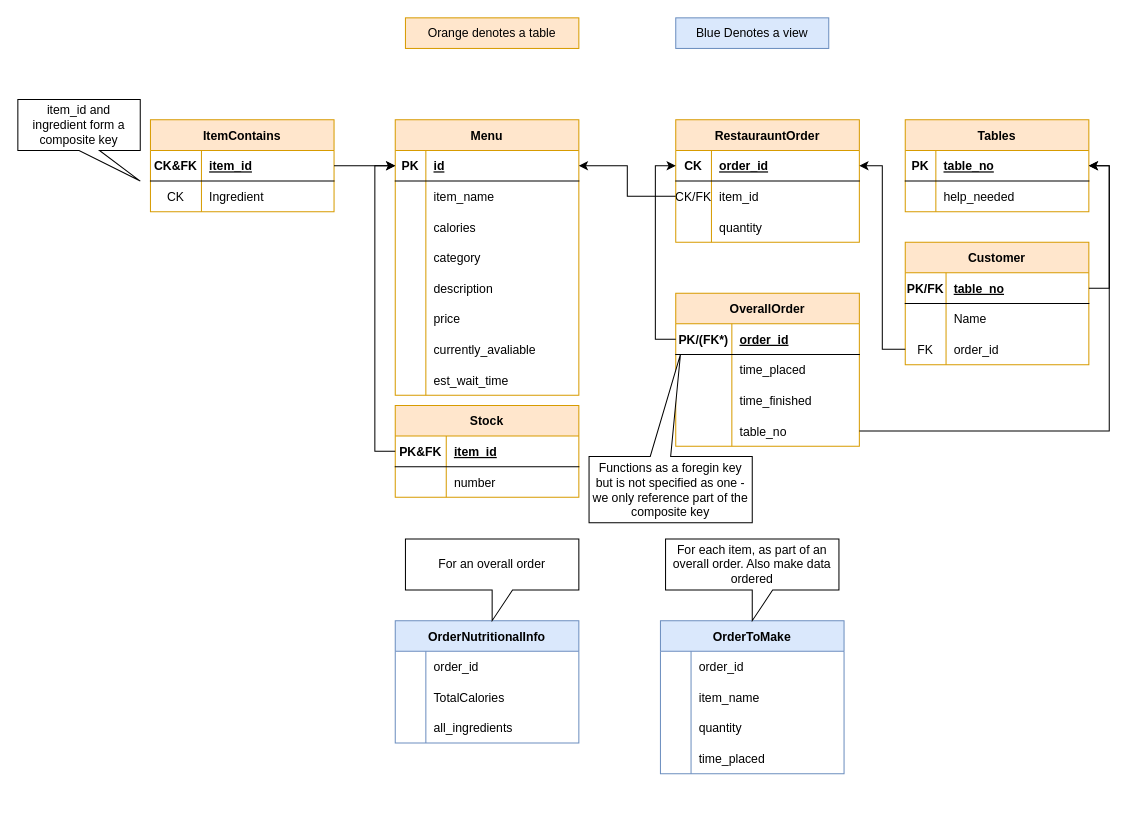
Earlier version of the draw.io diagram SQLDatabase/Diagrams/DrawIOSchema.drawio (mattyblackout/cs2815-project). Source tidied: cells renumbered, new cells numbered last; positions are measured from the earlier drawing's top-left corner, leaving out a move shared by most shapes. Both pictures are drawn from the tidied source at 102%, with x=0, y=0 at pixel (17, 17).
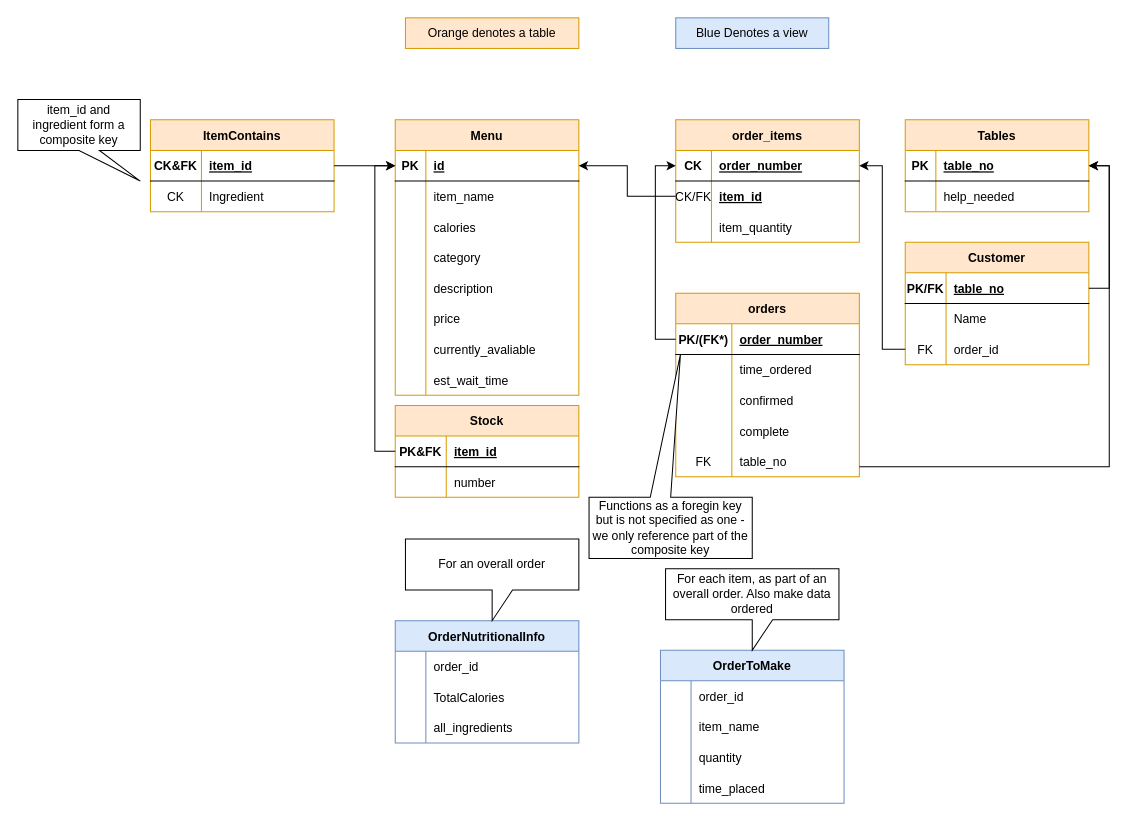
The same diagram, later.

Unchanged cells that the change refers to:
```xml
<mxCell id="35" style="shape=tableRow;horizontal=0;startSize=0;swimlaneHead=0;swimlaneBody=0;fillColor=none;points=[[0,0.5],[1,0.5]];portConstraint=eastwest;top=0;left=0;right=0;bottom=1;" parent="34" vertex="1">
  <mxGeometry y="30" width="180" height="30" as="geometry" />
</mxCell>
<mxCell id="38" style="shape=tableRow;horizontal=0;startSize=0;swimlaneHead=0;swimlaneBody=0;fillColor=none;points=[[0,0.5],[1,0.5]];portConstraint=eastwest;top=0;left=0;right=0;bottom=0;" parent="34" vertex="1">
  <mxGeometry y="60" width="180" height="30" as="geometry" />
</mxCell>
<mxCell id="41" style="shape=tableRow;horizontal=0;startSize=0;swimlaneHead=0;swimlaneBody=0;fillColor=none;top=0;left=0;right=0;bottom=0;" parent="34" vertex="1">
  <mxGeometry y="90" width="180" height="30" as="geometry" />
</mxCell>
<mxCell id="45" style="shape=tableRow;horizontal=0;startSize=0;swimlaneHead=0;swimlaneBody=0;fillColor=none;points=[[0,0.5],[1,0.5]];portConstraint=eastwest;top=0;left=0;right=0;bottom=1;" parent="44" vertex="1">
  <mxGeometry y="30" width="180" height="30" as="geometry" />
</mxCell>
<mxCell id="48" style="shape=tableRow;horizontal=0;startSize=0;swimlaneHead=0;swimlaneBody=0;fillColor=none;top=0;left=0;right=0;bottom=0;" parent="44" vertex="1">
  <mxGeometry y="60" width="180" height="30" as="geometry" />
</mxCell>
<mxCell id="51" style="shape=tableRow;horizontal=0;startSize=0;swimlaneHead=0;swimlaneBody=0;fillColor=none;top=0;left=0;right=0;bottom=0;" parent="44" vertex="1">
  <mxGeometry y="90" width="180" height="30" as="geometry" />
</mxCell>
<mxCell id="86" style="shape=tableRow;horizontal=0;startSize=0;swimlaneHead=0;swimlaneBody=0;fillColor=none;points=[[0,0.5],[1,0.5]];portConstraint=eastwest;top=0;left=0;right=0;bottom=1;" parent="85" vertex="1">
  <mxGeometry y="30" width="180" height="30" as="geometry" />
</mxCell>
```

What changed in the source:
```diff
@@
-    <mxCell id="34" value="RestaurauntOrder" style="shape=table;startSize=30;childLayout=tableLayout;rowLines=0;fontStyle=1;align=center;fillColor=#ffe6cc;strokeColor=#d79b00;" parent="1" vertex="1">
+    <mxCell id="34" value="order_items" style="shape=table;startSize=30;childLayout=tableLayout;rowLines=0;fontStyle=1;align=center;fillColor=#ffe6cc;strokeColor=#d79b00;" parent="1" vertex="1">
       <mxGeometry x="645" y="100" width="180" height="120" as="geometry" />
     </mxCell>
@@
-    <mxCell id="37" value="order_id" style="shape=partialRectangle;fillColor=none;top=0;left=0;bottom=0;right=0;align=left;spacingLeft=6;fontStyle=5;overflow=hidden;" parent="35" vertex="1">
+    <mxCell id="37" value="order_number" style="shape=partialRectangle;fillColor=none;top=0;left=0;bottom=0;right=0;align=left;spacingLeft=6;fontStyle=5;overflow=hidden;" parent="35" vertex="1">
       <mxGeometry x="35" width="145" height="30" as="geometry" />
     </mxCell>
@@
-    <mxCell id="40" value="item_id" style="shape=partialRectangle;fillColor=none;top=0;left=0;bottom=0;right=0;align=left;spacingLeft=6;overflow=hidden;" parent="38" vertex="1">
+    <mxCell id="40" value="item_id" style="shape=partialRectangle;fillColor=none;top=0;left=0;bottom=0;right=0;align=left;spacingLeft=6;overflow=hidden;fontStyle=5;" parent="38" vertex="1">
       <mxGeometry x="35" width="145" height="30" as="geometry" />
     </mxCell>
@@
-    <mxCell id="43" value="quantity" style="shape=partialRectangle;fillColor=none;top=0;left=0;bottom=0;right=0;align=left;spacingLeft=6;overflow=hidden;" parent="41" vertex="1">
+    <mxCell id="43" value="item_quantity" style="shape=partialRectangle;fillColor=none;top=0;left=0;bottom=0;right=0;align=left;spacingLeft=6;overflow=hidden;" parent="41" vertex="1">
       <mxGeometry x="35" width="145" height="30" as="geometry" />
     </mxCell>
-    <mxCell id="44" value="OverallOrder" style="shape=table;startSize=30;childLayout=tableLayout;rowLines=0;fontStyle=1;align=center;fillColor=#ffe6cc;strokeColor=#d79b00;" parent="1" vertex="1">
-      <mxGeometry x="645" y="270" width="180" height="150" as="geometry" />
+    <mxCell id="44" value="orders" style="shape=table;startSize=30;childLayout=tableLayout;rowLines=0;fontStyle=1;align=center;fillColor=#ffe6cc;strokeColor=#d79b00;" parent="1" vertex="1">
+      <mxGeometry x="645" y="270" width="180" height="180" as="geometry" />
     </mxCell>
@@
-    <mxCell id="47" value="order_id" style="shape=partialRectangle;fillColor=none;top=0;left=0;bottom=0;right=0;align=left;spacingLeft=6;fontStyle=5;overflow=hidden;" parent="45" vertex="1">
+    <mxCell id="47" value="order_number" style="shape=partialRectangle;fillColor=none;top=0;left=0;bottom=0;right=0;align=left;spacingLeft=6;fontStyle=5;overflow=hidden;" parent="45" vertex="1">
       <mxGeometry x="55" width="125" height="30" as="geometry" />
     </mxCell>
@@
-    <mxCell id="50" value="time_placed" style="shape=partialRectangle;fillColor=none;top=0;left=0;bottom=0;right=0;align=left;spacingLeft=6;fontStyle=0;overflow=hidden;" parent="48" vertex="1">
+    <mxCell id="50" value="time_ordered" style="shape=partialRectangle;fillColor=none;top=0;left=0;bottom=0;right=0;align=left;spacingLeft=6;fontStyle=0;overflow=hidden;" parent="48" vertex="1">
       <mxGeometry x="55" width="125" height="30" as="geometry" />
     </mxCell>
@@
-    <mxCell id="53" value="time_finished" style="shape=partialRectangle;fillColor=none;top=0;left=0;bottom=0;right=0;align=left;spacingLeft=6;overflow=hidden;" parent="51" vertex="1">
+    <mxCell id="53" value="confirmed" style="shape=partialRectangle;fillColor=none;top=0;left=0;bottom=0;right=0;align=left;spacingLeft=6;overflow=hidden;" parent="51" vertex="1">
       <mxGeometry x="55" width="125" height="30" as="geometry" />
     </mxCell>
+    <mxCell id="117" style="shape=tableRow;horizontal=0;startSize=0;swimlaneHead=0;swimlaneBody=0;fillColor=none;top=0;left=0;right=0;bottom=0;" parent="44" vertex="1">
+      <mxGeometry y="120" width="180" height="30" as="geometry" />
+    </mxCell>
+    <mxCell id="118" style="shape=partialRectangle;fillColor=none;top=0;left=0;bottom=0;right=0;overflow=hidden;" parent="117" vertex="1">
+      <mxGeometry width="55" height="30" as="geometry" />
+    </mxCell>
+    <mxCell id="119" value="complete" style="shape=partialRectangle;fillColor=none;top=0;left=0;bottom=0;right=0;align=left;spacingLeft=6;overflow=hidden;" parent="117" vertex="1">
+      <mxGeometry x="55" width="125" height="30" as="geometry" />
+    </mxCell>
     <mxCell id="54" style="shape=tableRow;horizontal=0;startSize=0;swimlaneHead=0;swimlaneBody=0;fillColor=none;points=[[0,0.5],[1,0.5]];portConstraint=eastwest;top=0;left=0;right=0;bottom=0;" parent="44" vertex="1">
-      <mxGeometry y="120" width="180" height="30" as="geometry" />
+      <mxGeometry y="150" width="180" height="30" as="geometry" />
     </mxCell>
-    <mxCell id="55" style="shape=partialRectangle;fillColor=none;top=0;left=0;bottom=0;right=0;overflow=hidden;" parent="54" vertex="1">
+    <mxCell id="55" value="FK" style="shape=partialRectangle;fillColor=none;top=0;left=0;bottom=0;right=0;overflow=hidden;" parent="54" vertex="1">
       <mxGeometry width="55" height="30" as="geometry" />
     </mxCell>
@@
     <mxCell id="72" value="OrderToMake" style="shape=table;startSize=30;childLayout=tableLayout;rowLines=0;fontStyle=1;align=center;fillColor=#dae8fc;strokeColor=#6c8ebf;" parent="1" vertex="1">
-      <mxGeometry x="630" y="591" width="180" height="150" as="geometry" />
+      <mxGeometry x="630" y="620" width="180" height="150" as="geometry" />
     </mxCell>
@@
     <mxCell id="105" value="For each item, as part of an overall order. Also make data ordered" style="shape=callout;whiteSpace=wrap;html=1;perimeter=calloutPerimeter;" parent="1" vertex="1">
-      <mxGeometry x="635" y="511" width="170" height="80" as="geometry" />
+      <mxGeometry x="635" y="540" width="170" height="80" as="geometry" />
     </mxCell>
@@
-    <mxCell id="115" value="Functions as a foregin key but is not specified as one - we only reference part of the composite key" style="shape=callout;whiteSpace=wrap;html=1;perimeter=calloutPerimeter;position2=0.44;direction=west;size=100;position=0.5;" parent="1" vertex="1">
-      <mxGeometry x="560" y="330" width="160" height="165" as="geometry" />
+    <mxCell id="115" value="Functions as a foregin key but is not specified as one - we only reference part of the composite key" style="shape=callout;whiteSpace=wrap;html=1;perimeter=calloutPerimeter;position2=0.44;direction=west;size=140;position=0.5;" parent="1" vertex="1">
+      <mxGeometry x="560" y="330" width="160" height="200" as="geometry" />
     </mxCell>
     <mxCell id="116" style="edgeStyle=orthogonalEdgeStyle;rounded=0;jettySize=auto;html=1;entryX=1;entryY=0.5;entryDx=0;entryDy=0;" parent="1" edge="1" source="54" target="86">
       <mxGeometry relative="1" as="geometry">
         <Array as="points">
-          <mxPoint x="1070" y="405" />
+          <mxPoint x="1070" y="440" />
           <mxPoint x="1070" y="145" />
         </Array>
       </mxGeometry>
     </mxCell>
```
